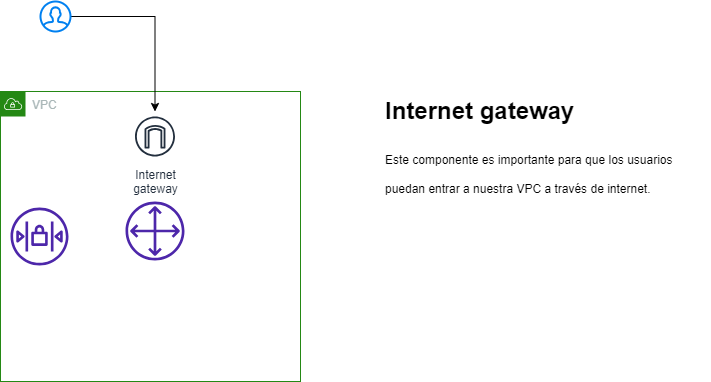
Before: diagrama_VPC.png, a diagram exported from draw.io (karenbuenoh18/diagramas). Source tidied: cells renumbered, new cells last; positions are measured from the earlier drawing's top-left corner, leaving out a move shared by most shapes. Source of this version:
```xml
<mxGraphModel>
  <root>
    <mxCell id="0" />
    <mxCell id="1" parent="0" />
    <mxCell id="2" value="VPC" style="gradientColor=none;html=1;whiteSpace=wrap;fontSize=12;fontStyle=0;shape=mxgraph.aws4.group;grIcon=mxgraph.aws4.group_vpc;strokeColor=#248814;fillColor=none;verticalAlign=top;align=left;spacingLeft=30;fontColor=#AAB7B8;dashed=0;" parent="1" vertex="1">
      <mxGeometry y="90" width="300" height="290" as="geometry" />
    </mxCell>
    <mxCell id="3" value="Internet&#10;gateway" style="sketch=0;outlineConnect=0;fontColor=#232F3E;gradientColor=none;strokeColor=#232F3E;fillColor=#ffffff;dashed=0;verticalLabelPosition=bottom;verticalAlign=top;align=center;html=1;fontSize=12;fontStyle=0;shape=mxgraph.aws4.resourceIcon;resIcon=mxgraph.aws4.internet_gateway;" parent="2" vertex="1">
      <mxGeometry x="129.5" y="20" width="50" height="50" as="geometry" />
    </mxCell>
    <mxCell id="4" style="sketch=0;fontColor=#232F3E;gradientColor=none;fillColor=#4D27AA;strokeColor=none;dashed=0;verticalLabelPosition=bottom;verticalAlign=top;align=center;html=1;fontSize=12;fontStyle=0;shape=mxgraph.aws4.network_access_control_list;" parent="2" vertex="1">
      <mxGeometry x="10" y="116" width="58" height="58" as="geometry" />
    </mxCell>
    <mxCell id="5" style="sketch=0;fontColor=#232F3E;gradientColor=none;fillColor=#4D27AA;strokeColor=none;dashed=0;verticalLabelPosition=bottom;verticalAlign=top;align=center;html=1;fontSize=12;fontStyle=0;shape=mxgraph.aws4.customer_gateway;" parent="2" vertex="1">
      <mxGeometry x="125" y="110" width="59" height="59" as="geometry" />
    </mxCell>
    <mxCell id="6" style="edgeStyle=orthogonalEdgeStyle;rounded=0;jettySize=auto;html=1;" parent="1" edge="1" source="7" target="3">
      <mxGeometry relative="1" as="geometry" />
    </mxCell>
    <mxCell id="7" style="html=1;verticalLabelPosition=bottom;align=center;labelBackgroundColor=#ffffff;verticalAlign=top;strokeWidth=2;strokeColor=#0080F0;shadow=0;dashed=0;shape=mxgraph.ios7.icons.user;" parent="1" vertex="1">
      <mxGeometry x="40" width="30" height="30" as="geometry" />
    </mxCell>
    <mxCell id="8" value="&lt;h1&gt;&lt;span style=&quot;background-color: initial;&quot;&gt;Internet gateway&lt;/span&gt;&lt;/h1&gt;&lt;h1&gt;&lt;span style=&quot;font-size: 12px; font-weight: 400;&quot;&gt;Este componente es importante para que los usuarios puedan entrar a nuestra VPC a través de internet.&lt;/span&gt;&lt;/h1&gt;" style="text;html=1;strokeColor=none;fillColor=none;spacing=5;spacingTop=-20;whiteSpace=wrap;overflow=hidden;rounded=0;" parent="1" vertex="1">
      <mxGeometry x="380" y="90" width="330" height="120" as="geometry" />
    </mxCell>
  </root>
</mxGraphModel>
```
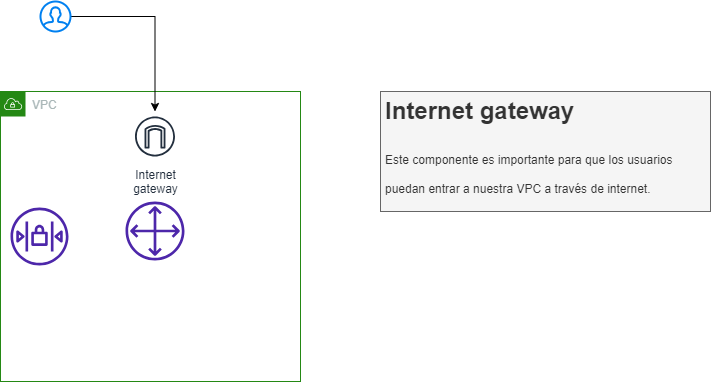
Above is the later version.

The edit, as a diff of the source:
```diff
@@ -20,7 +20,7 @@
     <mxCell id="7" style="html=1;verticalLabelPosition=bottom;align=center;labelBackgroundColor=#ffffff;verticalAlign=top;strokeWidth=2;strokeColor=#0080F0;shadow=0;dashed=0;shape=mxgraph.ios7.icons.user;" parent="1" vertex="1">
       <mxGeometry x="40" width="30" height="30" as="geometry" />
     </mxCell>
-    <mxCell id="8" value="&lt;h1&gt;&lt;span style=&quot;background-color: initial;&quot;&gt;Internet gateway&lt;/span&gt;&lt;/h1&gt;&lt;h1&gt;&lt;span style=&quot;font-size: 12px; font-weight: 400;&quot;&gt;Este componente es importante para que los usuarios puedan entrar a nuestra VPC a través de internet.&lt;/span&gt;&lt;/h1&gt;" style="text;html=1;strokeColor=none;fillColor=none;spacing=5;spacingTop=-20;whiteSpace=wrap;overflow=hidden;rounded=0;" parent="1" vertex="1">
+    <mxCell id="8" value="&lt;h1&gt;&lt;span style=&quot;background-color: initial;&quot;&gt;Internet gateway&lt;/span&gt;&lt;/h1&gt;&lt;h1&gt;&lt;span style=&quot;font-size: 12px; font-weight: 400;&quot;&gt;Este componente es importante para que los usuarios puedan entrar a nuestra VPC a través de internet.&lt;/span&gt;&lt;/h1&gt;" style="text;html=1;strokeColor=#666666;fillColor=#f5f5f5;spacing=5;spacingTop=-20;whiteSpace=wrap;overflow=hidden;rounded=0;fontColor=#333333;" parent="1" vertex="1">
       <mxGeometry x="380" y="90" width="330" height="120" as="geometry" />
     </mxCell>
   </root>
```
